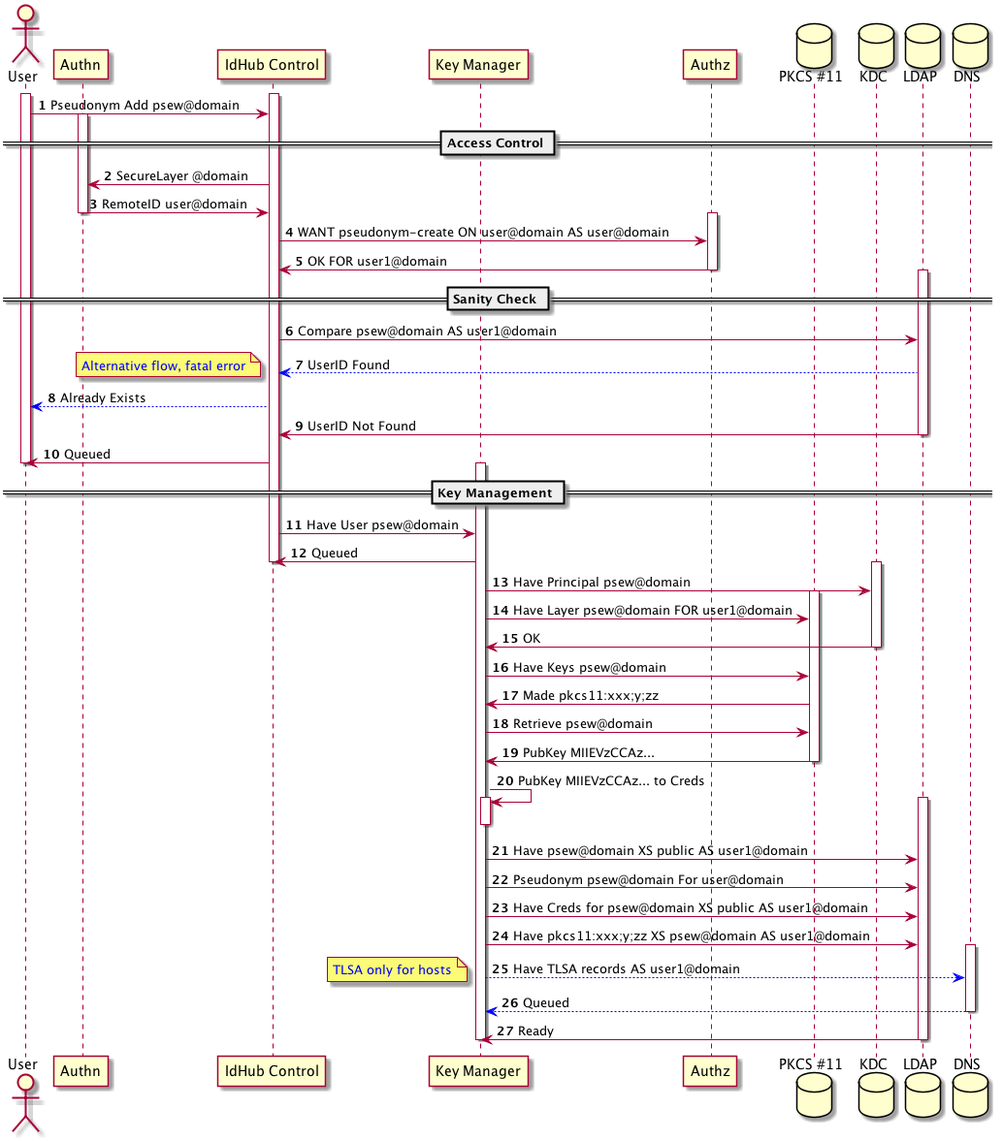
This is pseudonym-add.png from arpa2/identityhub-design, a PlantUML export, as it was before one commit.
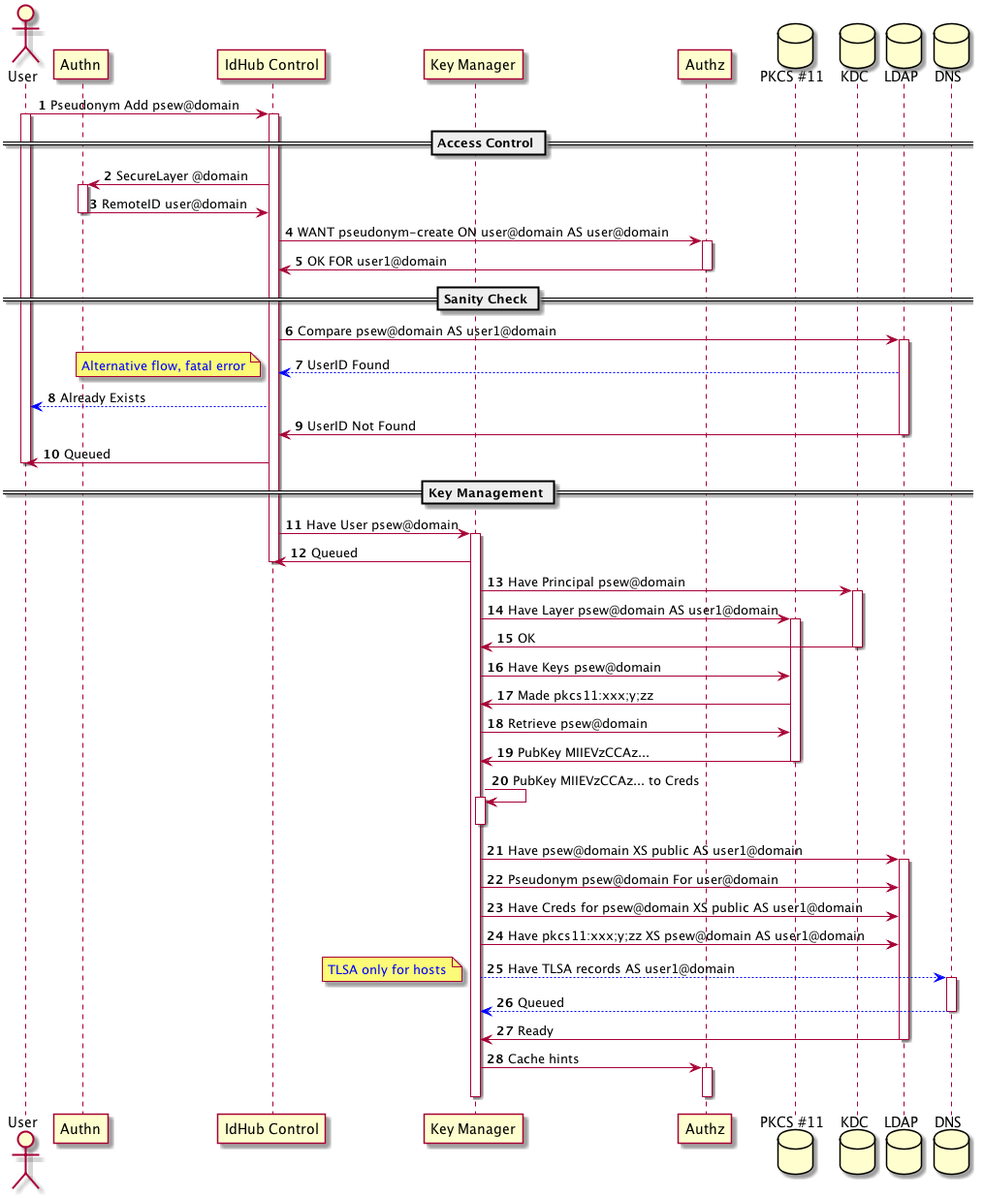
The same diagram one commit later.

Diff of the diagram source:
```diff
@@ -12,26 +12,26 @@
 
 autonumber
 
+User -> Control: Pseudonym Add psew@domain
 activate User
 activate Control
-User -> Control: Pseudonym Add psew@domain
 
 == Access Control ==
 
+	Control -> Authn: SecureLayer @domain
 	activate Authn
-	Control -> Authn: SecureLayer @domain
 	Authn -> Control: RemoteID user@domain
 	deactivate Authn
 
+	Control -> Authz: WANT pseudonym-create ON user@domain AS user@domain
 	activate Authz
-	Control -> Authz: WANT pseudonym-create ON user@domain AS user@domain
 	Authz -> Control: OK FOR user1@domain
 	deactivate Authz
 
 == Sanity Check ==
 
+	Control -> LDAP: Compare psew@domain AS user1@domain
 	activate LDAP
-	Control -> LDAP: Compare psew@domain AS user1@domain
 	LDAP -[#blue]-> Control: UserID Found
 note left: <color:blue>Alternative flow, fatal error</color>
 Control -[#blue]-> User: Already Exists
@@ -43,16 +43,16 @@
 
 == Key Management ==
 
+	Control -> KeyManager: Have User psew@domain
 	activate KeyManager
-	Control -> KeyManager: Have User psew@domain
 	KeyManager -> Control: Queued
 deactivate Control
 
+			KeyManager -> KDC: Have Principal psew@domain
 			activate KDC
-			KeyManager -> KDC: Have Principal psew@domain
 
+		KeyManager -> PKCS11: Have Layer psew@domain AS user1@domain
 		activate PKCS11
-		KeyManager -> PKCS11: Have Layer psew@domain FOR user1@domain
 
 			KDC -> KeyManager: OK
 			deactivate KDC
@@ -70,14 +70,14 @@
 	activate KeyManager
 	deactivate KeyManager
 
+	KeyManager -> LDAP: Have psew@domain XS public AS user1@domain
 	activate LDAP
-	KeyManager -> LDAP: Have psew@domain XS public AS user1@domain
 	KeyManager -> LDAP: Pseudonym psew@domain For user@domain
 	KeyManager -> LDAP: Have Creds for psew@domain XS public AS user1@domain
 	KeyManager -> LDAP: Have pkcs11:xxx;y;zz XS psew@domain AS user1@domain
 
+		KeyManager -[#blue]-> DNS: Have TLSA records AS user1@domain
 		activate DNS
-		KeyManager -[#blue]-> DNS: Have TLSA records AS user1@domain
 		note left: <color:blue>TLSA only for hosts</color>
 		DNS -[#blue]-> KeyManager: Queued
 		deactivate DNS
@@ -85,6 +85,10 @@
 	LDAP -> KeyManager: Ready
 	deactivate LDAP
 
+	KeyManager -> Authz: Cache hints
+	activate Authz
+	deactivate Authz
+
 	deactivate KeyManager
 
 @enduml
```
